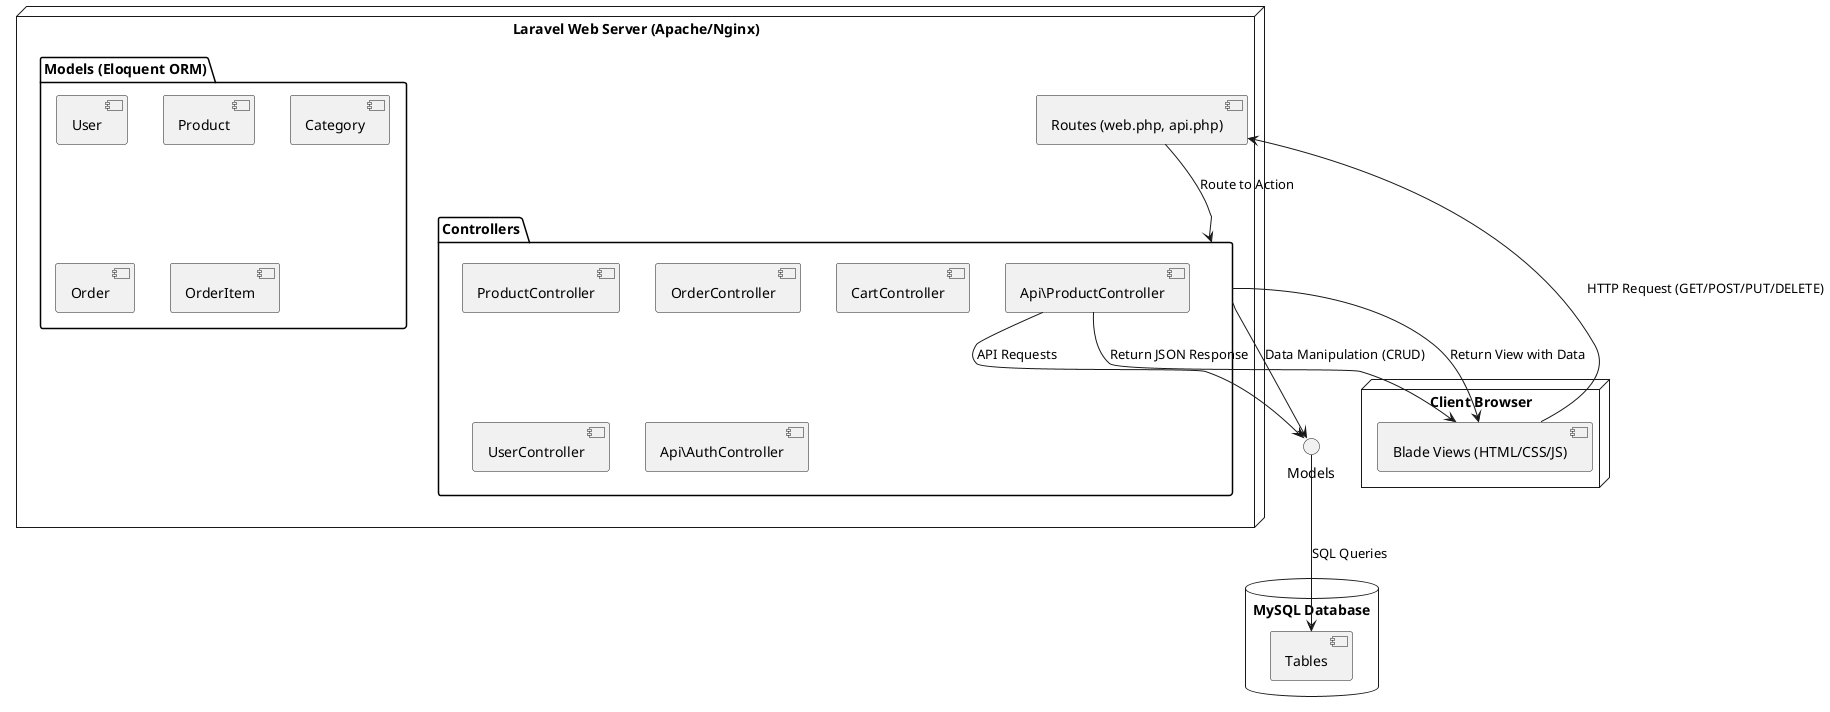
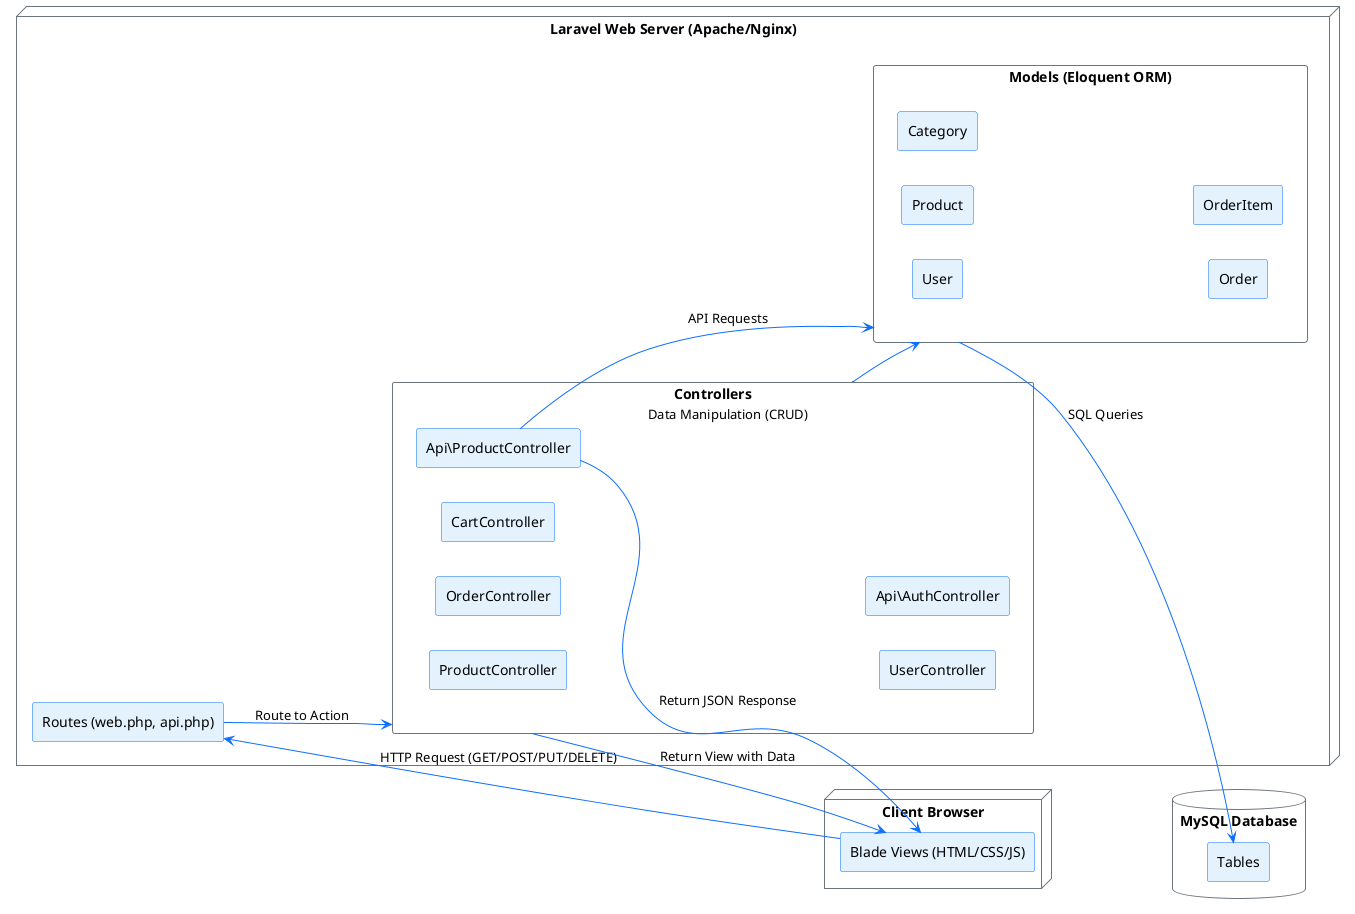
@startuml
+ left to right direction
+ skinparam packageStyle rectangle
+ skinparam componentStyle rectangle
+ skinparam backgroundColor white
+ 
+ skinparam node {
+   BackgroundColor #F8F9FA
+   BorderColor #343A40
+ }
+ skinparam database {
+   BackgroundColor #E9ECEF
+   BorderColor #343A40
+ }
+ skinparam package {
+   BackgroundColor #FFFFFF
+   BorderColor #6C757D
+ }
+ skinparam component {
+   BackgroundColor #E3F2FD
+   BorderColor #0D6EFD
+   ArrowColor #0D6EFD
+ }
+ 
node "Client Browser" {
  [Blade Views (HTML/CSS/JS)] as views
}

node "Laravel Web Server (Apache/Nginx)" {
  [Routes (web.php, api.php)] as routes

-   package "Controllers" {
+   package "Controllers" as Controllers {
    [ProductController]
    [OrderController]
    [CartController]
    [UserController]
    [Api\\ProductController]
    [Api\\AuthController]
  }

-   package "Models (Eloquent ORM)" {
+   package "Models (Eloquent ORM)" as Models {
    [User]
    [Product]
    [Category]
    [Order]
    [OrderItem]
  }
}

database "MySQL Database" {
  [Tables]
}

views --> routes : HTTP Request (GET/POST/PUT/DELETE)
routes --> Controllers : Route to Action
Controllers --> Models : Data Manipulation (CRUD)
Models --> [Tables] : SQL Queries
Controllers --> views : Return View with Data
[Api\\ProductController] --> Models : API Requests
[Api\\ProductController] --> views : Return JSON Response

@enduml
